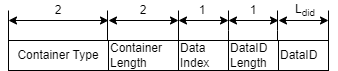
Above: docs/handling_guide/common_part.drawio.png in data-container-for-wearable-sensor/StartGuide (draw.io), before the change. Source tidied: cells renumbered, new cells last; positions are measured from the earlier drawing's top-left corner, leaving out a move shared by most shapes. Its diagram source:
```xml
<mxGraphModel>
  <root>
    <mxCell id="0" />
    <mxCell id="1" parent="0" />
    <mxCell id="2" value="Container Type" style="whiteSpace=wrap;html=1;align=center;labelPosition=center;verticalLabelPosition=middle;verticalAlign=middle;" parent="1" vertex="1">
      <mxGeometry y="40" width="100" height="30" as="geometry" />
    </mxCell>
    <mxCell id="3" value="Container&lt;br&gt;Length" style="whiteSpace=wrap;html=1;align=left;labelPosition=center;verticalLabelPosition=middle;verticalAlign=middle;" parent="1" vertex="1">
      <mxGeometry x="100" y="40" width="70" height="30" as="geometry" />
    </mxCell>
    <mxCell id="4" value="Data&lt;br&gt;Index" style="whiteSpace=wrap;html=1;align=left;labelPosition=center;verticalLabelPosition=middle;verticalAlign=middle;" parent="1" vertex="1">
      <mxGeometry x="170" y="40" width="50" height="30" as="geometry" />
    </mxCell>
    <mxCell id="5" value="DataID&lt;br&gt;Length" style="whiteSpace=wrap;html=1;align=left;labelPosition=center;verticalLabelPosition=middle;verticalAlign=middle;" parent="1" vertex="1">
      <mxGeometry x="220" y="40" width="50" height="30" as="geometry" />
    </mxCell>
    <mxCell id="6" value="DataID" style="whiteSpace=wrap;html=1;align=left;labelPosition=center;verticalLabelPosition=middle;verticalAlign=middle;" parent="1" vertex="1">
      <mxGeometry x="270" y="40" width="50" height="30" as="geometry" />
    </mxCell>
    <mxCell id="7" style="endArrow=none;html=1;rounded=0;" parent="1" edge="1">
      <mxGeometry relative="1" as="geometry">
        <mxPoint y="40" as="sourcePoint" />
        <mxPoint y="10" as="targetPoint" />
      </mxGeometry>
    </mxCell>
    <mxCell id="8" style="endArrow=none;html=1;rounded=0;" parent="1" edge="1">
      <mxGeometry relative="1" as="geometry">
        <mxPoint x="320" y="40" as="sourcePoint" />
        <mxPoint x="320" y="10" as="targetPoint" />
      </mxGeometry>
    </mxCell>
    <mxCell id="9" style="endArrow=classic;startArrow=classic;html=1;rounded=0;" parent="1" edge="1">
      <mxGeometry relative="1" as="geometry">
        <mxPoint y="20" as="sourcePoint" />
        <mxPoint x="100" y="20" as="targetPoint" />
      </mxGeometry>
    </mxCell>
    <mxCell id="10" value="L&lt;sub&gt;did&lt;/sub&gt;" style="text;html=1;strokeColor=none;fillColor=none;align=center;verticalAlign=middle;whiteSpace=wrap;rounded=0;" parent="1" vertex="1">
      <mxGeometry x="272.5" width="47.5" height="20" as="geometry" />
    </mxCell>
    <mxCell id="11" style="endArrow=classic;startArrow=classic;html=1;rounded=0;" parent="1" edge="1">
      <mxGeometry relative="1" as="geometry">
        <mxPoint x="100" y="20" as="sourcePoint" />
        <mxPoint x="170" y="20" as="targetPoint" />
      </mxGeometry>
    </mxCell>
    <mxCell id="12" style="endArrow=classic;startArrow=classic;html=1;rounded=0;" parent="1" edge="1">
      <mxGeometry relative="1" as="geometry">
        <mxPoint x="170" y="20" as="sourcePoint" />
        <mxPoint x="220" y="20" as="targetPoint" />
      </mxGeometry>
    </mxCell>
    <mxCell id="13" style="endArrow=classic;startArrow=classic;html=1;rounded=0;" parent="1" edge="1">
      <mxGeometry relative="1" as="geometry">
        <mxPoint x="220" y="20" as="sourcePoint" />
        <mxPoint x="270" y="20" as="targetPoint" />
      </mxGeometry>
    </mxCell>
    <mxCell id="14" style="endArrow=classic;startArrow=classic;html=1;rounded=0;" parent="1" edge="1">
      <mxGeometry relative="1" as="geometry">
        <mxPoint x="270" y="20" as="sourcePoint" />
        <mxPoint x="320" y="20" as="targetPoint" />
      </mxGeometry>
    </mxCell>
    <mxCell id="15" style="endArrow=none;html=1;rounded=0;" parent="1" edge="1">
      <mxGeometry relative="1" as="geometry">
        <mxPoint x="269" y="40" as="sourcePoint" />
        <mxPoint x="269" y="10" as="targetPoint" />
        <Array as="points">
          <mxPoint x="269" y="30" />
        </Array>
      </mxGeometry>
    </mxCell>
    <mxCell id="16" style="endArrow=none;html=1;rounded=0;" parent="1" edge="1">
      <mxGeometry relative="1" as="geometry">
        <mxPoint x="220" y="40" as="sourcePoint" />
        <mxPoint x="220" y="10" as="targetPoint" />
        <Array as="points">
          <mxPoint x="220" y="30" />
        </Array>
      </mxGeometry>
    </mxCell>
    <mxCell id="17" style="endArrow=none;html=1;rounded=0;" parent="1" edge="1">
      <mxGeometry relative="1" as="geometry">
        <mxPoint x="170" y="40" as="sourcePoint" />
        <mxPoint x="170" y="10" as="targetPoint" />
      </mxGeometry>
    </mxCell>
    <mxCell id="18" style="endArrow=none;html=1;rounded=0;" parent="1" edge="1">
      <mxGeometry relative="1" as="geometry">
        <mxPoint x="99" y="40" as="sourcePoint" />
        <mxPoint x="99" y="10" as="targetPoint" />
      </mxGeometry>
    </mxCell>
    <mxCell id="19" value="1" style="text;html=1;strokeColor=none;fillColor=none;align=center;verticalAlign=middle;whiteSpace=wrap;rounded=0;" parent="1" vertex="1">
      <mxGeometry x="221.2" width="47.5" height="20" as="geometry" />
    </mxCell>
    <mxCell id="20" value="1" style="text;html=1;strokeColor=none;fillColor=none;align=center;verticalAlign=middle;whiteSpace=wrap;rounded=0;" parent="1" vertex="1">
      <mxGeometry x="170" width="47.5" height="20" as="geometry" />
    </mxCell>
    <mxCell id="21" value="2" style="text;html=1;strokeColor=none;fillColor=none;align=center;verticalAlign=middle;whiteSpace=wrap;rounded=0;" parent="1" vertex="1">
      <mxGeometry x="100" width="70" height="20" as="geometry" />
    </mxCell>
    <mxCell id="22" value="2" style="text;html=1;strokeColor=none;fillColor=none;align=center;verticalAlign=middle;whiteSpace=wrap;rounded=0;" parent="1" vertex="1">
      <mxGeometry x="15" width="70" height="20" as="geometry" />
    </mxCell>
  </root>
</mxGraphModel>
```
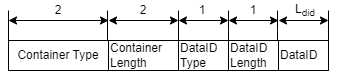
The same diagram one commit later.

Change to the diagram source:
```diff
@@ -8,7 +8,7 @@
     <mxCell id="3" value="Container&lt;br&gt;Length" style="whiteSpace=wrap;html=1;align=left;labelPosition=center;verticalLabelPosition=middle;verticalAlign=middle;" parent="1" vertex="1">
       <mxGeometry x="100" y="40" width="70" height="30" as="geometry" />
     </mxCell>
-    <mxCell id="4" value="Data&lt;br&gt;Index" style="whiteSpace=wrap;html=1;align=left;labelPosition=center;verticalLabelPosition=middle;verticalAlign=middle;" parent="1" vertex="1">
+    <mxCell id="4" value="DataID&lt;br&gt;Type" style="whiteSpace=wrap;html=1;align=left;labelPosition=center;verticalLabelPosition=middle;verticalAlign=middle;" parent="1" vertex="1">
       <mxGeometry x="170" y="40" width="50" height="30" as="geometry" />
     </mxCell>
     <mxCell id="5" value="DataID&lt;br&gt;Length" style="whiteSpace=wrap;html=1;align=left;labelPosition=center;verticalLabelPosition=middle;verticalAlign=middle;" parent="1" vertex="1">
```
